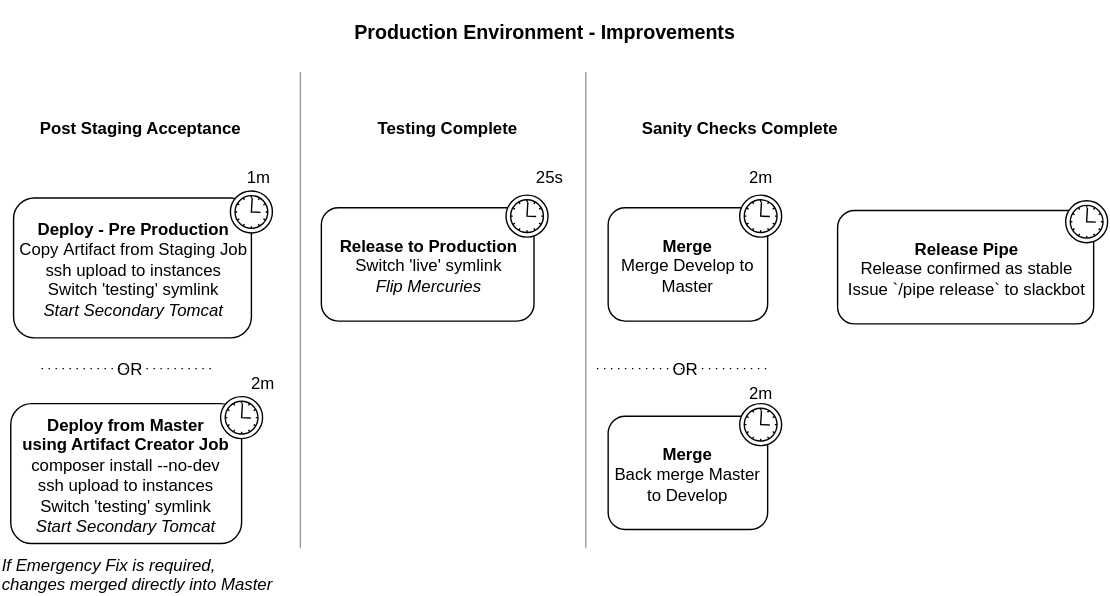
Earlier version of the draw.io export img/production-pipe.svg (gianarb/jenkins-real-world). Source tidied: cells renumbered, new cells last; positions are measured from the earlier drawing's top-left corner, leaving out a move shared by most shapes.
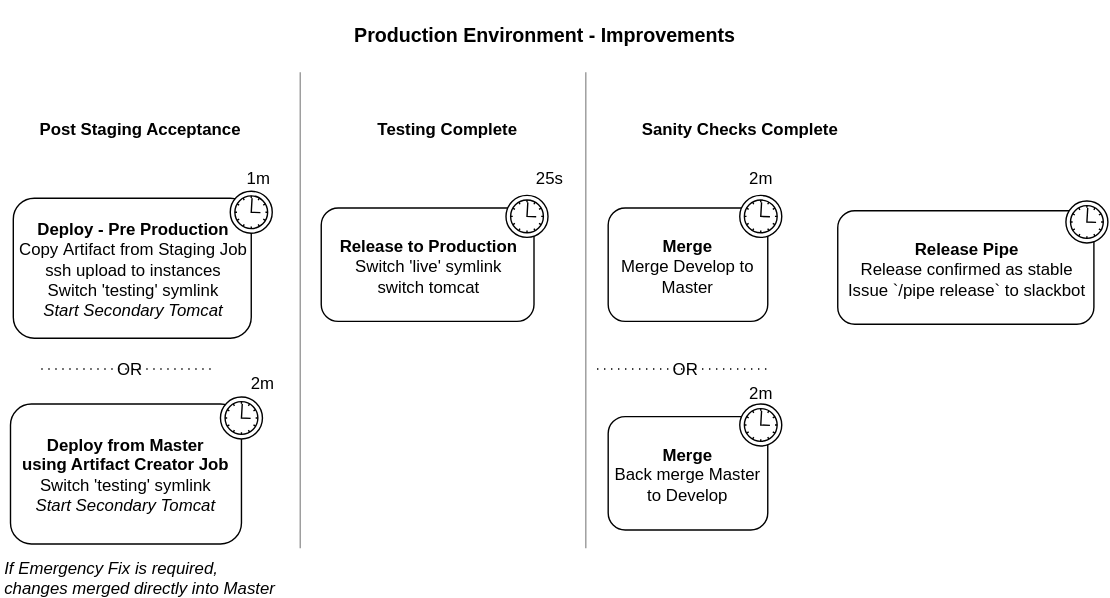
The same diagram one commit later.

Change to the diagram source:
```diff
@@ -41,7 +41,7 @@
     <mxCell id="13" value="&lt;b&gt;Post Staging Acceptance&lt;/b&gt;" style="text;html=1;strokeColor=none;fillColor=none;align=center;verticalAlign=middle;whiteSpace=wrap;overflow=hidden;" parent="1" vertex="1">
       <mxGeometry x="21" y="80" width="153" height="20" as="geometry" />
     </mxCell>
-    <mxCell id="14" value="&lt;b&gt;Release to Production&lt;/b&gt;&lt;div&gt;Switch&amp;nbsp;&lt;span style=&quot;line-height: 1.2&quot;&gt;'live' symlink&lt;/span&gt;&lt;/div&gt;&lt;div&gt;&lt;span style=&quot;line-height: 1.2&quot;&gt;&lt;i&gt;Flip Mercuries&lt;/i&gt;&lt;/span&gt;&lt;/div&gt;" style="rounded=1;whiteSpace=wrap;html=1;" parent="1" vertex="1">
+    <mxCell id="14" value="&lt;b&gt;Release to Production&lt;/b&gt;&lt;div&gt;Switch&amp;nbsp;&lt;span style=&quot;line-height: 1.2&quot;&gt;'live' symlink&lt;/span&gt;&lt;/div&gt;&lt;div&gt;switch tomcat&lt;/div&gt;" style="rounded=1;whiteSpace=wrap;html=1;" parent="1" vertex="1">
       <mxGeometry x="228" y="147" width="152" height="81" as="geometry" />
     </mxCell>
     <mxCell id="15" style="shape=mxgraph.bpmn.shape;html=1;verticalLabelPosition=bottom;labelBackgroundColor=#ffffff;verticalAlign=top;perimeter=ellipsePerimeter;outline=standard;symbol=timer;" parent="1" vertex="1">
@@ -59,7 +59,7 @@
     <mxCell id="19" value="2m" style="text;html=1;strokeColor=none;fillColor=none;align=center;verticalAlign=middle;whiteSpace=wrap;overflow=hidden;" parent="1" vertex="1">
       <mxGeometry x="522" y="115" width="40" height="20" as="geometry" />
     </mxCell>
-    <mxCell id="20" value="&lt;b&gt;Deploy from Master&lt;/b&gt;&lt;div&gt;&lt;b&gt;using Artifact Creator Job&lt;/b&gt;&lt;b&gt;&lt;br&gt;&lt;/b&gt;&lt;div&gt;composer install --no-dev&lt;br&gt;&lt;div&gt;&lt;div&gt;&lt;span&gt;ssh upload to instances&lt;/span&gt;&lt;/div&gt;&lt;div&gt;Switch 'testing' symlink&lt;/div&gt;&lt;div&gt;&lt;i&gt;Start Secondary Tomcat&lt;/i&gt;&lt;/div&gt;&lt;/div&gt;&lt;/div&gt;&lt;/div&gt;" style="rounded=1;whiteSpace=wrap;html=1;" parent="1" vertex="1">
+    <mxCell id="20" value="&lt;b&gt;Deploy from Master&lt;/b&gt;&lt;div&gt;&lt;b&gt;using Artifact Creator Job&lt;/b&gt;&lt;b&gt;&lt;br&gt;&lt;/b&gt;&lt;div&gt;&lt;div&gt;&lt;div&gt;&lt;span style=&quot;line-height: 1.2&quot;&gt;Switch 'testing' symlink&lt;/span&gt;&lt;br&gt;&lt;/div&gt;&lt;div&gt;&lt;i&gt;Start Secondary Tomcat&lt;/i&gt;&lt;/div&gt;&lt;/div&gt;&lt;/div&gt;&lt;/div&gt;" style="rounded=1;whiteSpace=wrap;html=1;" parent="1" vertex="1">
       <mxGeometry x="6" y="287" width="165" height="100" as="geometry" />
     </mxCell>
     <mxCell id="21" style="shape=mxgraph.bpmn.shape;html=1;verticalLabelPosition=bottom;labelBackgroundColor=#ffffff;verticalAlign=top;perimeter=ellipsePerimeter;outline=standard;symbol=timer;" parent="1" vertex="1">
```
